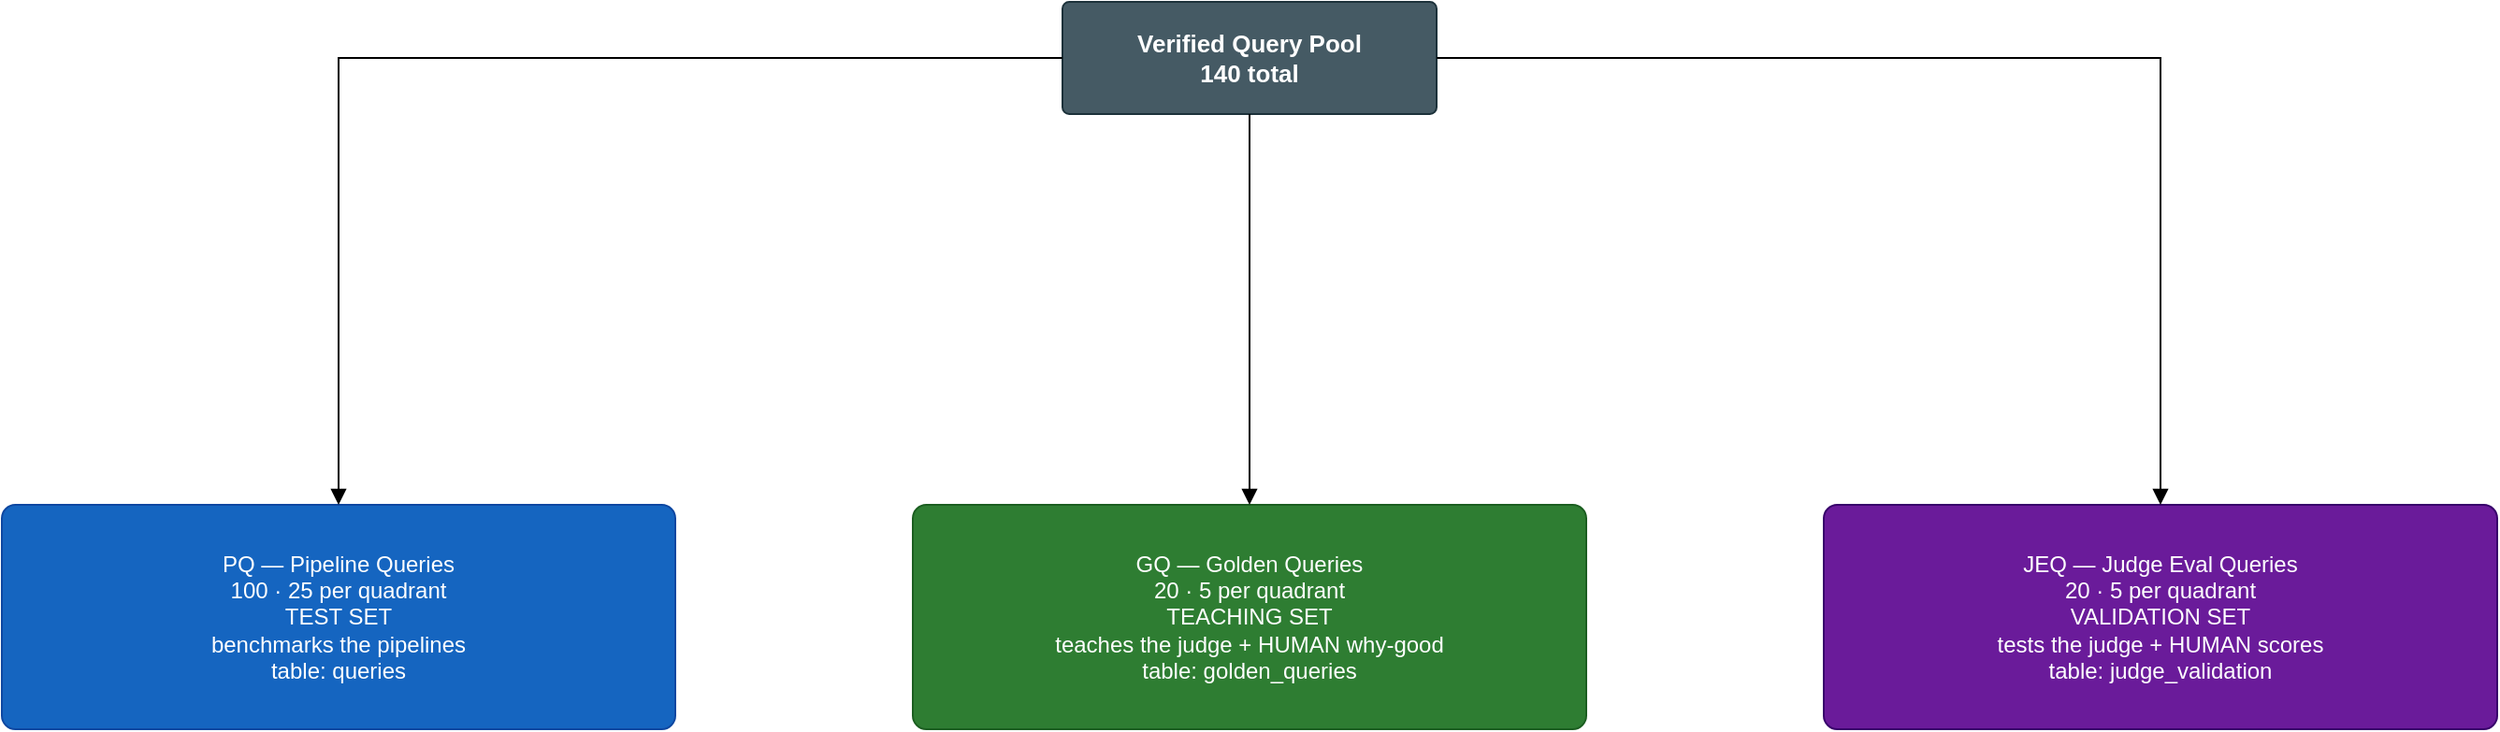
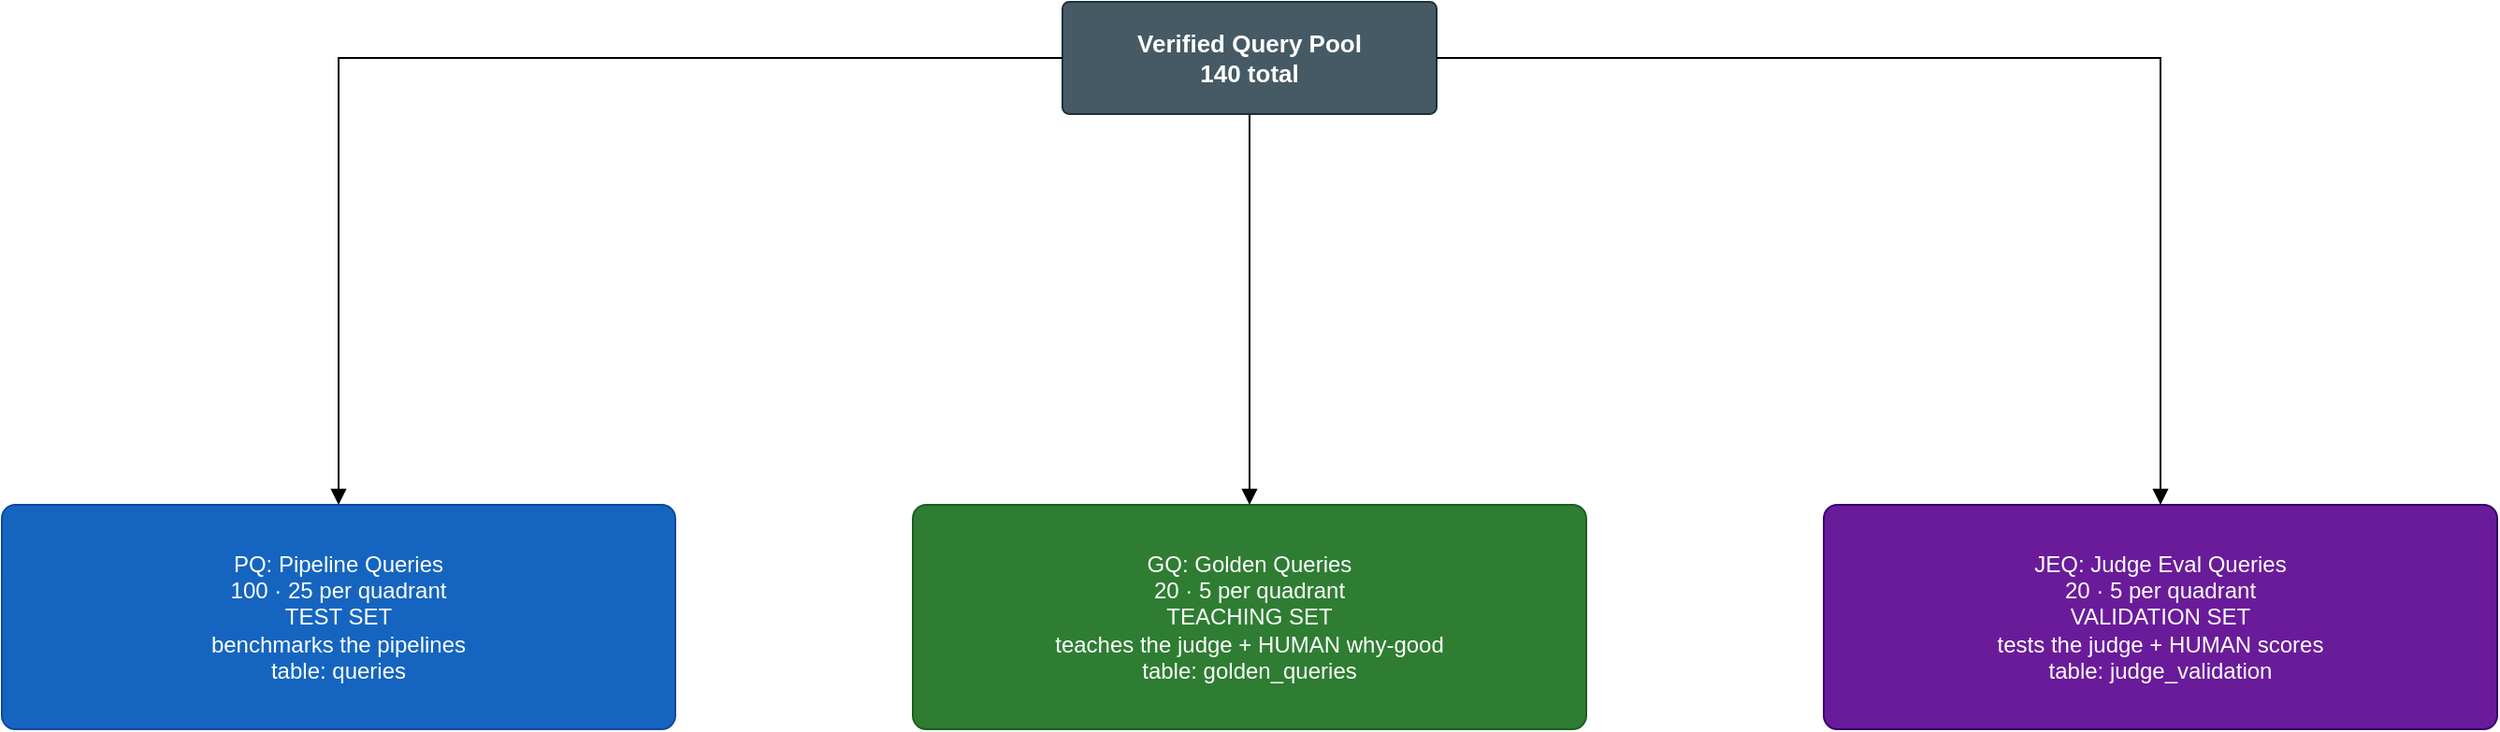
<mxfile host="app.diagrams.net">
  <diagram id="_ZR8XegDHnCgdlZ0YtQr" name="Page-1">
    <mxGraphModel dx="1653" dy="1609" grid="0" gridSize="10" guides="1" tooltips="1" connect="1" arrows="1" fold="1" page="0" pageScale="1" pageWidth="1000" pageHeight="600" math="0" shadow="0">
      <root>
        <mxCell id="0" />
        <mxCell id="1" parent="0" />
        <mxCell id="P" parent="1" style="rounded=1;whiteSpace=wrap;html=1;fillColor=#455A64;strokeColor=#1C313A;fontColor=#FFFFFF;fontSize=13;fontStyle=1;verticalAlign=middle;align=center;arcSize=6;" value="Verified Query Pool&#xa;140 total" vertex="1">
          <mxGeometry height="60" width="200" x="647" y="-53" as="geometry" />
        </mxCell>
-         <mxCell id="PQ" parent="1" style="rounded=1;whiteSpace=wrap;html=1;fillColor=#1565C0;strokeColor=#0D47A1;fontColor=#FFFFFF;fontSize=12;verticalAlign=middle;align=center;arcSize=6;contract=0;" value="PQ — Pipeline Queries&#xa;100 · 25 per quadrant&#xa;TEST SET&#xa;benchmarks the pipelines&#xa;table: queries" vertex="1">
+         <mxCell id="PQ" parent="1" style="rounded=1;whiteSpace=wrap;html=1;fillColor=#1565C0;strokeColor=#0D47A1;fontColor=#FFFFFF;fontSize=12;verticalAlign=middle;align=center;arcSize=6;contract=0;" value="PQ: Pipeline Queries&#xa;100 · 25 per quadrant&#xa;TEST SET&#xa;benchmarks the pipelines&#xa;table: queries" vertex="1">
          <mxGeometry height="120" width="360" x="80" y="216" as="geometry" />
        </mxCell>
-         <mxCell id="GQ" parent="1" style="rounded=1;whiteSpace=wrap;html=1;fillColor=#2E7D32;strokeColor=#1B5E20;fontColor=#FFFFFF;fontSize=12;verticalAlign=middle;align=center;arcSize=6;contract=0;" value="GQ — Golden Queries&#xa;20 · 5 per quadrant&#xa;TEACHING SET&#xa;teaches the judge + HUMAN why-good&#xa;table: golden_queries" vertex="1">
+         <mxCell id="GQ" parent="1" style="rounded=1;whiteSpace=wrap;html=1;fillColor=#2E7D32;strokeColor=#1B5E20;fontColor=#FFFFFF;fontSize=12;verticalAlign=middle;align=center;arcSize=6;contract=0;" value="GQ: Golden Queries&#xa;20 · 5 per quadrant&#xa;TEACHING SET&#xa;teaches the judge + HUMAN why-good&#xa;table: golden_queries" vertex="1">
          <mxGeometry height="120" width="360" x="567" y="216" as="geometry" />
        </mxCell>
-         <mxCell id="JEQ" parent="1" style="rounded=1;whiteSpace=wrap;html=1;fillColor=#6A1B9A;strokeColor=#38006B;fontColor=#FFFFFF;fontSize=12;verticalAlign=middle;align=center;arcSize=6;contract=0;" value="JEQ — Judge Eval Queries&#xa;20 · 5 per quadrant&#xa;VALIDATION SET&#xa;tests the judge + HUMAN scores&#xa;table: judge_validation" vertex="1">
+         <mxCell id="JEQ" parent="1" style="rounded=1;whiteSpace=wrap;html=1;fillColor=#6A1B9A;strokeColor=#38006B;fontColor=#FFFFFF;fontSize=12;verticalAlign=middle;align=center;arcSize=6;contract=0;" value="JEQ: Judge Eval Queries&#xa;20 · 5 per quadrant&#xa;VALIDATION SET&#xa;tests the judge + HUMAN scores&#xa;table: judge_validation" vertex="1">
          <mxGeometry height="120" width="360" x="1054" y="216" as="geometry" />
        </mxCell>
        <mxCell id="e1" edge="1" parent="1" source="P" style="edgeStyle=orthogonalEdgeStyle;rounded=0;html=1;endArrow=block;" target="PQ">
          <mxGeometry relative="1" as="geometry" />
        </mxCell>
        <mxCell id="e2" edge="1" parent="1" source="P" style="edgeStyle=orthogonalEdgeStyle;rounded=0;html=1;endArrow=block;" target="GQ">
          <mxGeometry relative="1" as="geometry" />
        </mxCell>
        <mxCell id="e3" edge="1" parent="1" source="P" style="edgeStyle=orthogonalEdgeStyle;rounded=0;html=1;endArrow=block;" target="JEQ">
          <mxGeometry relative="1" as="geometry">
            <Array as="points">
              <mxPoint x="1234" y="-23" />
            </Array>
          </mxGeometry>
        </mxCell>
      </root>
    </mxGraphModel>
  </diagram>
</mxfile>
